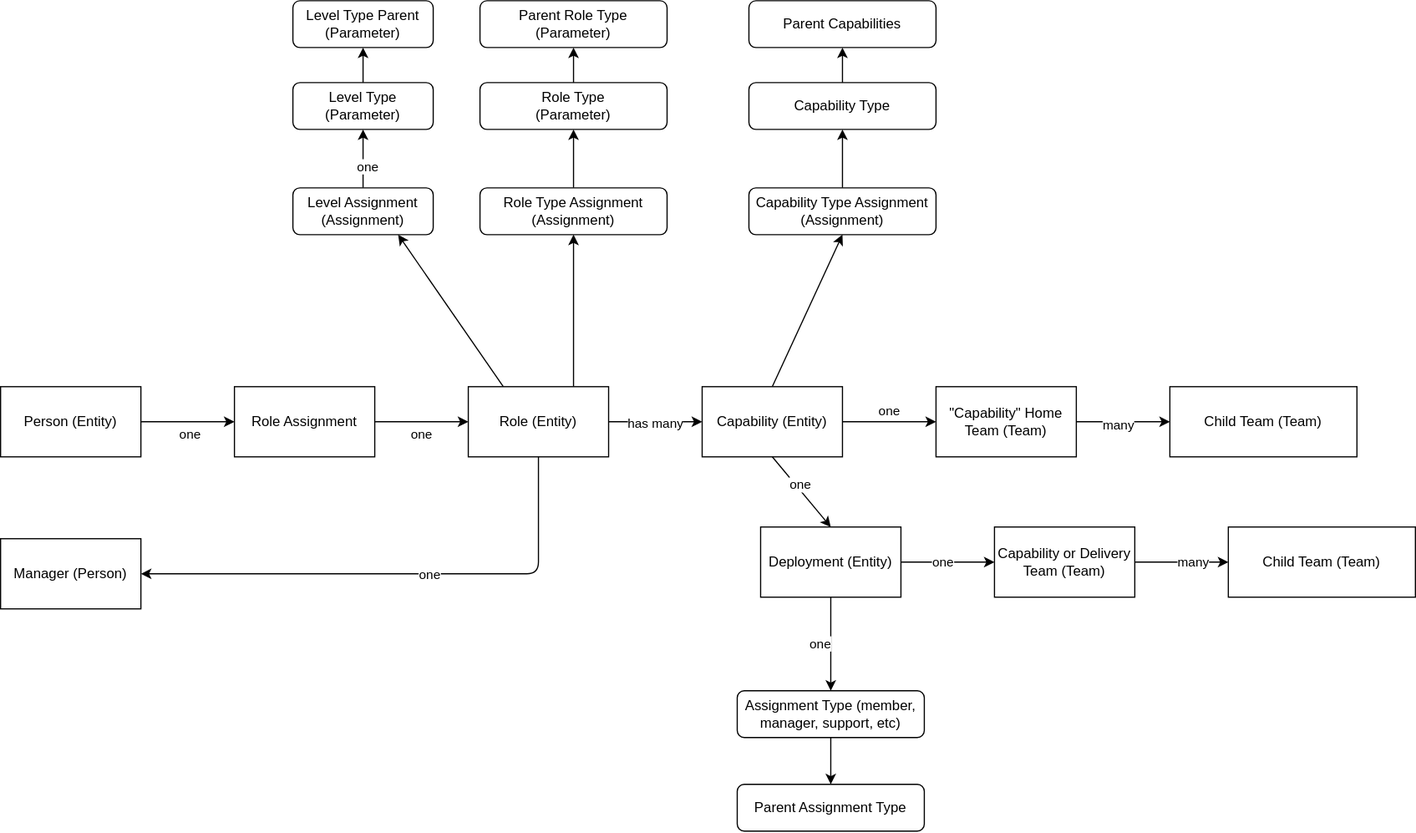
Above: docs/data-v4.drawio.svg in jdotw/swamp (draw.io), before the change. Source tidied: cells renumbered, new cells last; positions are measured from the earlier drawing's top-left corner, leaving out a move shared by most shapes.
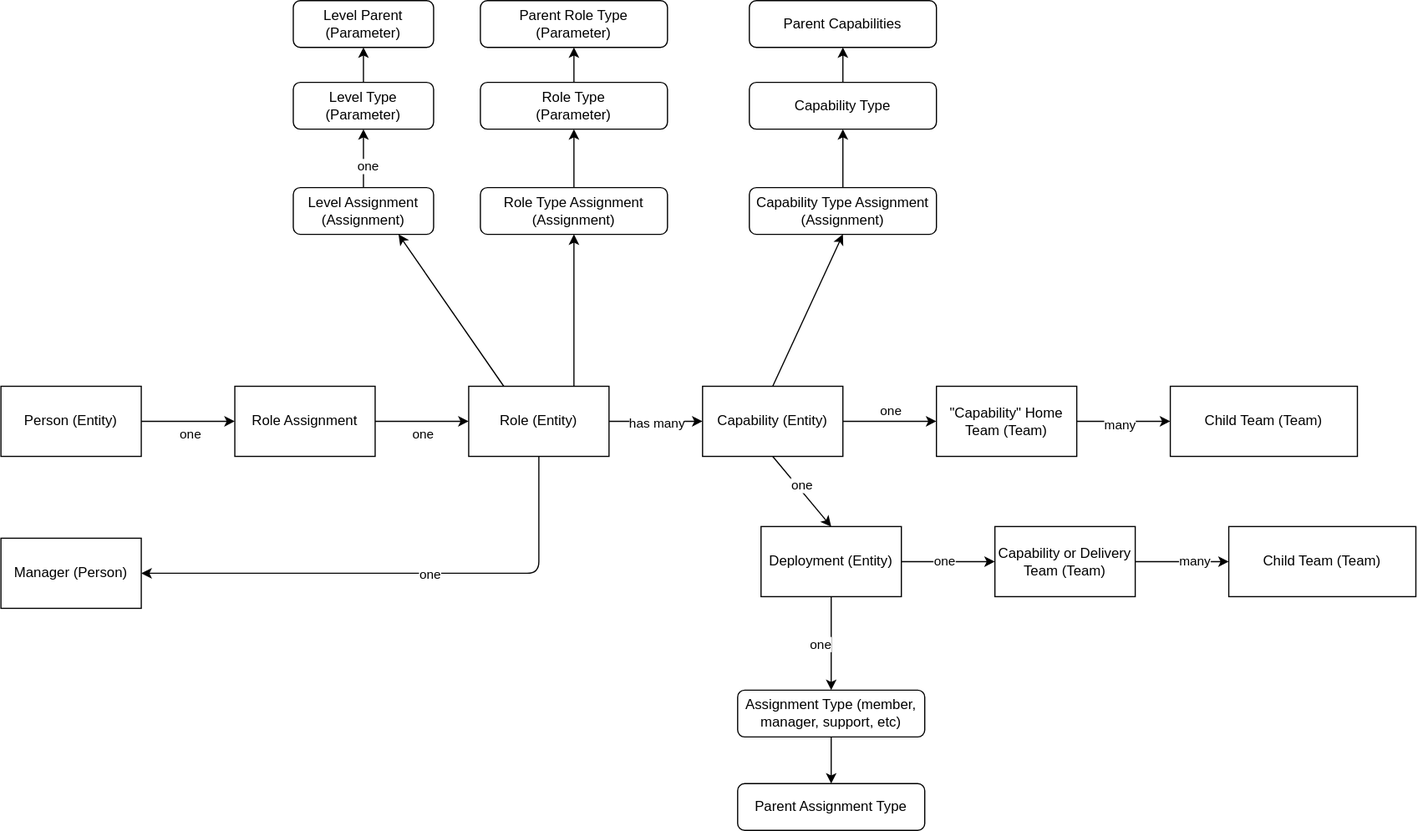
Above is the later version.

Diff of the diagram source:
```diff
@@ -173,7 +173,7 @@
     <mxCell id="52" value="Parent Assignment Type" style="rounded=1;whiteSpace=wrap;html=1;" parent="1" vertex="1">
       <mxGeometry x="630" y="670" width="160" height="40" as="geometry" />
     </mxCell>
-    <mxCell id="53" value="Level Type Parent (Parameter)" style="rounded=1;whiteSpace=wrap;html=1;" parent="1" vertex="1">
+    <mxCell id="53" value="Level Parent (Parameter)" style="rounded=1;whiteSpace=wrap;html=1;" parent="1" vertex="1">
       <mxGeometry x="250" width="120" height="40" as="geometry" />
     </mxCell>
   </root>
```
